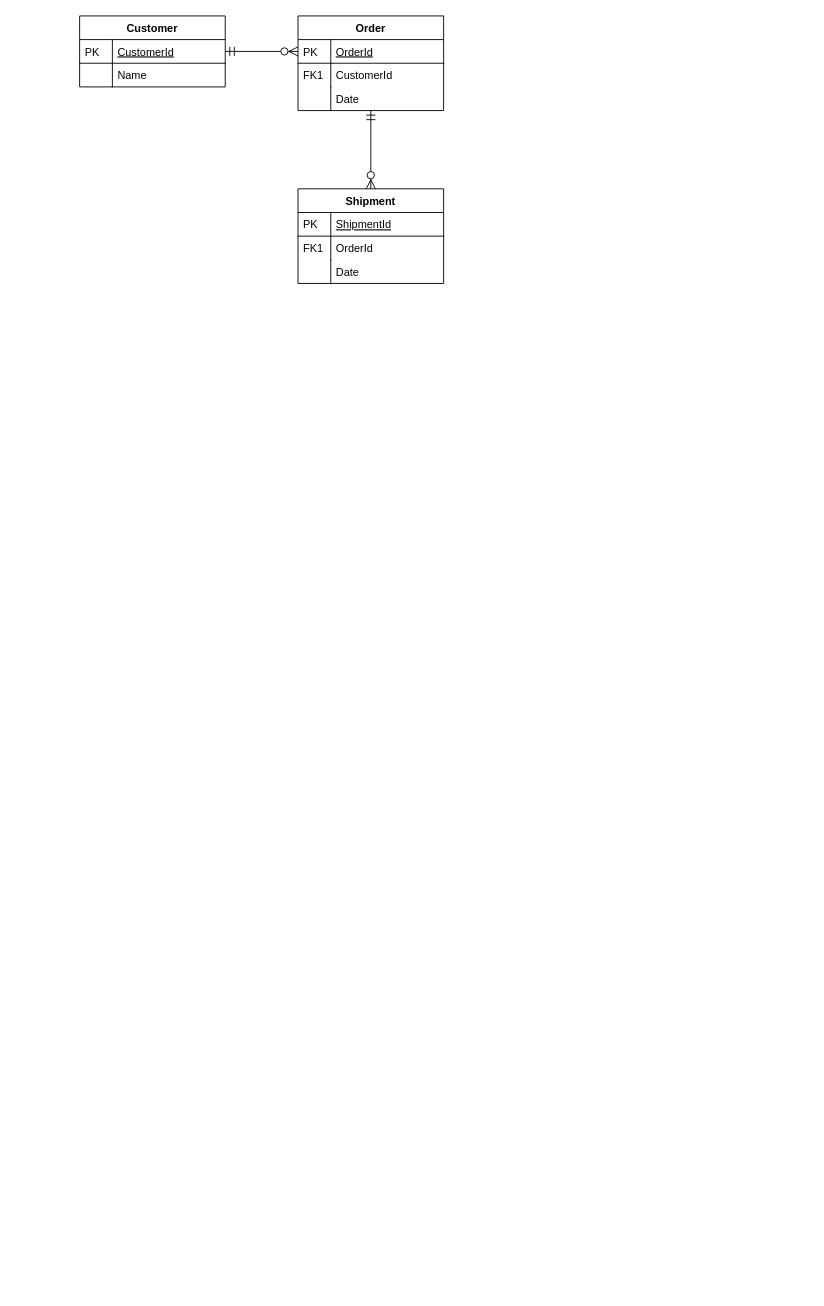
Earlier version of the draw.io diagram 报警管理数据库er图.drawio (jinnians/test1). Source tidied: cells renumbered, new cells numbered last; positions are measured from the earlier drawing's top-left corner, leaving out a move shared by most shapes. Both pictures are drawn from the tidied source at 91%, with x=0, y=0 at pixel (79, 15).
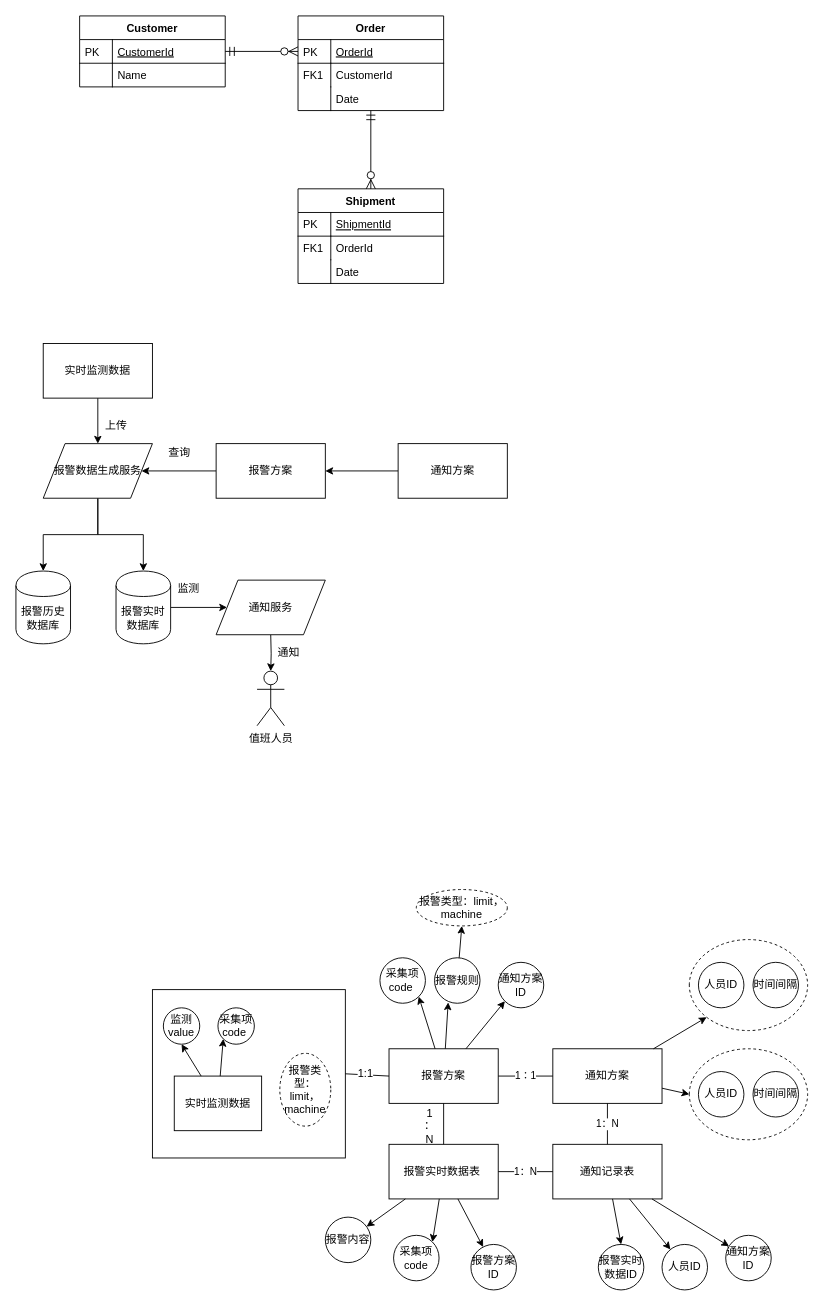
After the change.

Commit message:
更新报警管理数据库er图.drawio

Diff of the diagram source:
```diff
@@
+    <mxCell id="23" style="edgeStyle=orthogonalEdgeStyle;rounded=0;jettySize=auto;html=1;entryX=1;entryY=0.5;entryDx=0;entryDy=0;" parent="1" edge="1" source="24" target="35">
+      <mxGeometry relative="1" as="geometry" />
+    </mxCell>
+    <mxCell id="24" value="报警方案" style="rounded=0;whiteSpace=wrap;html=1;" parent="1" vertex="1">
+      <mxGeometry x="150" y="470" width="120" height="60" as="geometry" />
+    </mxCell>
+    <mxCell id="25" style="edgeStyle=orthogonalEdgeStyle;rounded=0;jettySize=auto;html=1;" parent="1" edge="1" source="26" target="24">
+      <mxGeometry relative="1" as="geometry" />
+    </mxCell>
+    <mxCell id="26" value="通知方案" style="rounded=0;whiteSpace=wrap;html=1;" parent="1" vertex="1">
+      <mxGeometry x="350" y="470" width="120" height="60" as="geometry" />
+    </mxCell>
+    <mxCell id="27" style="edgeStyle=orthogonalEdgeStyle;rounded=0;jettySize=auto;html=1;" parent="1" edge="1" source="28" target="35">
+      <mxGeometry relative="1" as="geometry" />
+    </mxCell>
+    <mxCell id="28" value="实时监测数据" style="rounded=0;whiteSpace=wrap;html=1;" parent="1" vertex="1">
+      <mxGeometry x="-40" y="360" width="120" height="60" as="geometry" />
+    </mxCell>
+    <mxCell id="29" style="edgeStyle=orthogonalEdgeStyle;rounded=0;jettySize=auto;html=1;entryX=0.5;entryY=0;entryDx=0;entryDy=0;entryPerimeter=0;" parent="1" edge="1" target="37">
+      <mxGeometry relative="1" as="geometry">
+        <mxPoint x="210" y="680" as="sourcePoint" />
+      </mxGeometry>
+    </mxCell>
+    <mxCell id="30" style="edgeStyle=orthogonalEdgeStyle;rounded=0;jettySize=auto;html=1;" parent="1" edge="1" source="31" target="41">
+      <mxGeometry relative="1" as="geometry" />
+    </mxCell>
+    <mxCell id="31" value="报警实时数据库" style="shape=cylinder;whiteSpace=wrap;html=1;boundedLbl=1;backgroundOutline=1;" parent="1" vertex="1">
+      <mxGeometry x="40" y="610" width="60" height="80" as="geometry" />
+    </mxCell>
+    <mxCell id="32" value="报警历史数据库" style="shape=cylinder;whiteSpace=wrap;html=1;boundedLbl=1;backgroundOutline=1;" parent="1" vertex="1">
+      <mxGeometry x="-70" y="610" width="60" height="80" as="geometry" />
+    </mxCell>
+    <mxCell id="33" style="edgeStyle=orthogonalEdgeStyle;rounded=0;jettySize=auto;html=1;" parent="1" edge="1" source="35" target="32">
+      <mxGeometry relative="1" as="geometry" />
+    </mxCell>
+    <mxCell id="34" style="edgeStyle=orthogonalEdgeStyle;rounded=0;jettySize=auto;html=1;" parent="1" edge="1" source="35" target="31">
+      <mxGeometry relative="1" as="geometry" />
+    </mxCell>
+    <mxCell id="35" value="&lt;span style=&quot;white-space: normal&quot;&gt;报警数据生成服务&lt;/span&gt;" style="shape=parallelogram;perimeter=parallelogramPerimeter;whiteSpace=wrap;html=1;" parent="1" vertex="1">
+      <mxGeometry x="-40" y="470" width="120" height="60" as="geometry" />
+    </mxCell>
+    <mxCell id="36" value="上传" style="text;html=1;align=center;verticalAlign=middle;" parent="1" vertex="1">
+      <mxGeometry x="20" y="440" width="40" height="20" as="geometry" />
+    </mxCell>
+    <mxCell id="37" value="值班人员" style="shape=umlActor;verticalLabelPosition=bottom;labelBackgroundColor=#ffffff;verticalAlign=top;html=1;outlineConnect=0;" parent="1" vertex="1">
+      <mxGeometry x="195" y="720" width="30" height="60" as="geometry" />
+    </mxCell>
+    <mxCell id="38" value="查询" style="text;html=1;strokeColor=none;fillColor=none;align=center;verticalAlign=middle;whiteSpace=wrap;rounded=0;" parent="1" vertex="1">
+      <mxGeometry x="90" y="470" width="40" height="20" as="geometry" />
+    </mxCell>
+    <mxCell id="39" value="监测" style="text;html=1;strokeColor=none;fillColor=none;align=center;verticalAlign=middle;whiteSpace=wrap;rounded=0;" parent="1" vertex="1">
+      <mxGeometry x="100" y="620" width="40" height="20" as="geometry" />
+    </mxCell>
+    <mxCell id="40" value="通知" style="text;html=1;strokeColor=none;fillColor=none;align=center;verticalAlign=middle;whiteSpace=wrap;rounded=0;" parent="1" vertex="1">
+      <mxGeometry x="210" y="690" width="40" height="20" as="geometry" />
+    </mxCell>
+    <mxCell id="41" value="通知服务" style="shape=parallelogram;perimeter=parallelogramPerimeter;whiteSpace=wrap;html=1;" parent="1" vertex="1">
+      <mxGeometry x="150" y="620" width="120" height="60" as="geometry" />
+    </mxCell>
+    <mxCell id="42" style="group;" parent="1" vertex="1">
+      <mxGeometry x="330" y="1035" width="180" height="160" as="geometry" />
+    </mxCell>
+    <mxCell id="43" value="报警方案" style="rounded=0;whiteSpace=wrap;html=1;" parent="42" vertex="1">
+      <mxGeometry x="10" y="100" width="120" height="60" as="geometry" />
+    </mxCell>
+    <mxCell id="44" value="通知方案ID" style="ellipse;whiteSpace=wrap;html=1;fillColor=none;" parent="42" vertex="1">
+      <mxGeometry x="130" y="5" width="50" height="50" as="geometry" />
+    </mxCell>
+    <mxCell id="45" style="edgeStyle=none;rounded=0;jettySize=auto;html=1;entryX=0;entryY=1;entryDx=0;entryDy=0;" parent="42" edge="1" source="43" target="44">
+      <mxGeometry relative="1" as="geometry" />
+    </mxCell>
+    <mxCell id="46" value="采集项code&amp;nbsp;" style="ellipse;whiteSpace=wrap;html=1;fillColor=none;" parent="42" vertex="1">
+      <mxGeometry width="50" height="50" as="geometry" />
+    </mxCell>
+    <mxCell id="47" style="edgeStyle=none;rounded=0;jettySize=auto;html=1;entryX=1;entryY=1;entryDx=0;entryDy=0;" parent="42" edge="1" source="43" target="46">
+      <mxGeometry relative="1" as="geometry" />
+    </mxCell>
+    <mxCell id="48" value="报警规则" style="ellipse;whiteSpace=wrap;html=1;fillColor=none;" parent="42" vertex="1">
+      <mxGeometry x="60" width="50" height="50" as="geometry" />
+    </mxCell>
+    <mxCell id="49" style="edgeStyle=none;rounded=0;jettySize=auto;html=1;entryX=0.3;entryY=0.98;entryDx=0;entryDy=0;entryPerimeter=0;" parent="42" edge="1" source="43" target="48">
+      <mxGeometry relative="1" as="geometry" />
+    </mxCell>
+    <mxCell id="50" style="group;" parent="1" vertex="1">
+      <mxGeometry x="520" y="1015" width="280" height="220" as="geometry" />
+    </mxCell>
+    <mxCell id="51" value="通知方案" style="rounded=0;whiteSpace=wrap;html=1;" parent="50" vertex="1">
+      <mxGeometry y="120" width="120" height="60" as="geometry" />
+    </mxCell>
+    <mxCell id="52" style="group;" parent="50" vertex="1">
+      <mxGeometry x="150" width="130" height="100" as="geometry" />
+    </mxCell>
+    <mxCell id="53" value="人员ID" style="ellipse;whiteSpace=wrap;html=1;" parent="52" vertex="1">
+      <mxGeometry x="10" y="25" width="50" height="50" as="geometry" />
+    </mxCell>
+    <mxCell id="54" value="时间间隔" style="ellipse;whiteSpace=wrap;html=1;" parent="52" vertex="1">
+      <mxGeometry x="70" y="25" width="50" height="50" as="geometry" />
+    </mxCell>
+    <mxCell id="55" style="ellipse;whiteSpace=wrap;html=1;align=center;dashed=1;fillColor=none;direction=west;" parent="52" vertex="1">
+      <mxGeometry width="130" height="100" as="geometry" />
+    </mxCell>
+    <mxCell id="56" style="edgeStyle=none;rounded=0;jettySize=auto;html=1;entryX=1;entryY=0;entryDx=0;entryDy=0;" parent="50" edge="1" source="51" target="55">
+      <mxGeometry relative="1" as="geometry" />
+    </mxCell>
+    <mxCell id="57" style="group;" parent="50" vertex="1">
+      <mxGeometry x="150" y="120" width="130" height="100" as="geometry" />
+    </mxCell>
+    <mxCell id="58" value="人员ID" style="ellipse;whiteSpace=wrap;html=1;" parent="57" vertex="1">
+      <mxGeometry x="10" y="25" width="50" height="50" as="geometry" />
+    </mxCell>
+    <mxCell id="59" value="时间间隔" style="ellipse;whiteSpace=wrap;html=1;" parent="57" vertex="1">
+      <mxGeometry x="70" y="25" width="50" height="50" as="geometry" />
+    </mxCell>
+    <mxCell id="60" style="ellipse;whiteSpace=wrap;html=1;align=center;dashed=1;fillColor=none;direction=west;" parent="57" vertex="1">
+      <mxGeometry width="130" height="100" as="geometry" />
+    </mxCell>
+    <mxCell id="61" style="rounded=0;jettySize=auto;html=1;entryX=1;entryY=0.5;entryDx=0;entryDy=0;" parent="50" edge="1" source="51" target="60">
+      <mxGeometry relative="1" as="geometry" />
+    </mxCell>
+    <mxCell id="62" style="group;" parent="1" vertex="1">
+      <mxGeometry x="270" y="1240" width="210" height="160" as="geometry" />
+    </mxCell>
+    <mxCell id="63" value="报警实时数据表&amp;nbsp;" style="rounded=0;whiteSpace=wrap;html=1;" parent="62" vertex="1">
+      <mxGeometry x="70" width="120" height="60" as="geometry" />
+    </mxCell>
+    <mxCell id="64" value="采集项code" style="ellipse;whiteSpace=wrap;html=1;fillColor=none;" parent="62" vertex="1">
+      <mxGeometry x="75" y="100" width="50" height="50" as="geometry" />
+    </mxCell>
+    <mxCell id="65" style="edgeStyle=none;rounded=0;jettySize=auto;html=1;entryX=1;entryY=0;entryDx=0;entryDy=0;" parent="62" edge="1" source="63" target="64">
+      <mxGeometry relative="1" as="geometry" />
+    </mxCell>
+    <mxCell id="66" value="报警方案ID" style="ellipse;whiteSpace=wrap;html=1;fillColor=none;" parent="62" vertex="1">
+      <mxGeometry x="160" y="110" width="50" height="50" as="geometry" />
+    </mxCell>
+    <mxCell id="67" style="edgeStyle=none;rounded=0;jettySize=auto;html=1;" parent="62" edge="1" source="63" target="66">
+      <mxGeometry relative="1" as="geometry" />
+    </mxCell>
+    <mxCell id="68" value="报警内容" style="ellipse;whiteSpace=wrap;html=1;fillColor=none;" parent="62" vertex="1">
+      <mxGeometry y="80" width="50" height="50" as="geometry" />
+    </mxCell>
+    <mxCell id="69" style="edgeStyle=none;rounded=0;jettySize=auto;html=1;" parent="62" edge="1" source="63" target="68">
+      <mxGeometry relative="1" as="geometry" />
+    </mxCell>
+    <mxCell id="70" value="1：1" style="edgeStyle=none;rounded=0;jettySize=auto;html=1;endArrow=none;endFill=0;" parent="1" edge="1" source="43" target="51">
+      <mxGeometry relative="1" as="geometry" />
+    </mxCell>
+    <mxCell id="71" style="edgeStyle=none;rounded=0;jettySize=auto;html=1;endArrow=none;endFill=0;" parent="1" edge="1" source="43" target="63">
+      <mxGeometry relative="1" as="geometry" />
+    </mxCell>
+    <mxCell id="72" value="1&lt;br&gt;：&lt;br&gt;N" style="text;html=1;strokeColor=none;fillColor=none;align=center;verticalAlign=middle;whiteSpace=wrap;rounded=0;" parent="1" vertex="1">
+      <mxGeometry x="370" y="1210" width="30" height="20" as="geometry" />
+    </mxCell>
+    <mxCell id="73" style="edgeStyle=none;rounded=0;jettySize=auto;html=1;entryX=0.5;entryY=0;entryDx=0;entryDy=0;endArrow=classic;endFill=1;" parent="1" edge="1" source="76" target="77">
+      <mxGeometry relative="1" as="geometry" />
+    </mxCell>
+    <mxCell id="74" style="edgeStyle=none;rounded=0;jettySize=auto;html=1;endArrow=classic;endFill=1;" parent="1" edge="1" source="76" target="78">
+      <mxGeometry relative="1" as="geometry" />
+    </mxCell>
+    <mxCell id="75" style="edgeStyle=none;rounded=0;jettySize=auto;html=1;endArrow=classic;endFill=1;" parent="1" edge="1" source="76" target="79">
+      <mxGeometry relative="1" as="geometry" />
+    </mxCell>
+    <mxCell id="76" value="通知记录表" style="rounded=0;whiteSpace=wrap;html=1;fillColor=none;" parent="1" vertex="1">
+      <mxGeometry x="520" y="1240" width="120" height="60" as="geometry" />
+    </mxCell>
+    <mxCell id="77" value="报警实时数据ID" style="ellipse;whiteSpace=wrap;html=1;fillColor=none;" parent="1" vertex="1">
+      <mxGeometry x="570" y="1350" width="50" height="50" as="geometry" />
+    </mxCell>
+    <mxCell id="78" value="人员ID" style="ellipse;whiteSpace=wrap;html=1;fillColor=none;" parent="1" vertex="1">
+      <mxGeometry x="640" y="1350" width="50" height="50" as="geometry" />
+    </mxCell>
+    <mxCell id="79" value="通知方案ID" style="ellipse;whiteSpace=wrap;html=1;fillColor=none;" parent="1" vertex="1">
+      <mxGeometry x="710" y="1340" width="50" height="50" as="geometry" />
+    </mxCell>
+    <mxCell id="80" value="1：N" style="edgeStyle=none;rounded=0;jettySize=auto;html=1;entryX=0;entryY=0.5;entryDx=0;entryDy=0;endArrow=none;endFill=0;" parent="1" edge="1" source="63" target="76">
+      <mxGeometry relative="1" as="geometry" />
+    </mxCell>
+    <mxCell id="81" value="1：N" style="edgeStyle=none;rounded=0;jettySize=auto;html=1;entryX=0.5;entryY=0;entryDx=0;entryDy=0;endArrow=none;endFill=0;" parent="1" edge="1" source="51" target="76">
+      <mxGeometry relative="1" as="geometry" />
+    </mxCell>
+    <mxCell id="82" value="报警类型：limit，machine" style="ellipse;whiteSpace=wrap;html=1;align=center;dashed=1;fillColor=none;" parent="1" vertex="1">
+      <mxGeometry x="370" y="960" width="100" height="40" as="geometry" />
+    </mxCell>
+    <mxCell id="83" style="edgeStyle=none;rounded=0;jettySize=auto;html=1;entryX=0.5;entryY=1;entryDx=0;entryDy=0;endArrow=classic;endFill=1;" parent="1" edge="1" source="48" target="82">
+      <mxGeometry relative="1" as="geometry" />
+    </mxCell>
+    <mxCell id="84" style="edgeStyle=none;rounded=0;jettySize=auto;html=1;entryX=0;entryY=0.5;entryDx=0;entryDy=0;endArrow=none;endFill=0;exitX=1;exitY=0.5;exitDx=0;exitDy=0;" parent="1" edge="1" source="94" target="43">
+      <mxGeometry relative="1" as="geometry" />
+    </mxCell>
+    <mxCell id="85" value="1:1" style="text;html=1;align=center;verticalAlign=middle;labelBackgroundColor=#ffffff;" parent="84" vertex="1">
+      <mxGeometry x="-0.12" y="2" relative="1" as="geometry" />
+    </mxCell>
+    <mxCell id="86" style="group;" parent="1" vertex="1">
+      <mxGeometry x="80" y="1070" width="212" height="185" as="geometry" />
+    </mxCell>
+    <mxCell id="87" value="实时监测数据" style="rounded=0;whiteSpace=wrap;html=1;" parent="86" vertex="1">
+      <mxGeometry x="24" y="95" width="96" height="60" as="geometry" />
+    </mxCell>
+    <mxCell id="88" value="采集项code&amp;nbsp;" style="ellipse;whiteSpace=wrap;html=1;fillColor=none;" parent="86" vertex="1">
+      <mxGeometry x="72" y="20" width="40" height="40" as="geometry" />
+    </mxCell>
+    <mxCell id="89" style="edgeStyle=none;rounded=0;jettySize=auto;html=1;entryX=0;entryY=1;entryDx=0;entryDy=0;" parent="86" edge="1" source="87" target="88">
+      <mxGeometry relative="1" as="geometry" />
+    </mxCell>
+    <mxCell id="90" value="监测value" style="ellipse;whiteSpace=wrap;html=1;fillColor=none;" parent="86" vertex="1">
+      <mxGeometry x="12" y="20" width="40" height="40" as="geometry" />
+    </mxCell>
+    <mxCell id="91" style="edgeStyle=none;rounded=0;jettySize=auto;html=1;entryX=0.5;entryY=1;entryDx=0;entryDy=0;" parent="86" edge="1" source="87" target="90">
+      <mxGeometry relative="1" as="geometry" />
+    </mxCell>
+    <mxCell id="92" value="报警类型：limit，machine" style="ellipse;whiteSpace=wrap;html=1;align=center;dashed=1;fillColor=none;" parent="86" vertex="1">
+      <mxGeometry x="140" y="70" width="56" height="80" as="geometry" />
+    </mxCell>
+    <mxCell id="93" style="edgeStyle=none;rounded=0;orthogonalLoop=1;jettySize=auto;html=1;exitX=0;exitY=0.5;exitDx=0;exitDy=0;endArrow=none;endFill=0;" parent="86" edge="1" source="92" target="92">
+      <mxGeometry relative="1" as="geometry" />
+    </mxCell>
+    <mxCell id="94" style="rounded=0;whiteSpace=wrap;html=1;fillColor=none;" parent="86" vertex="1">
+      <mxGeometry width="212" height="185" as="geometry" />
+    </mxCell>
```
